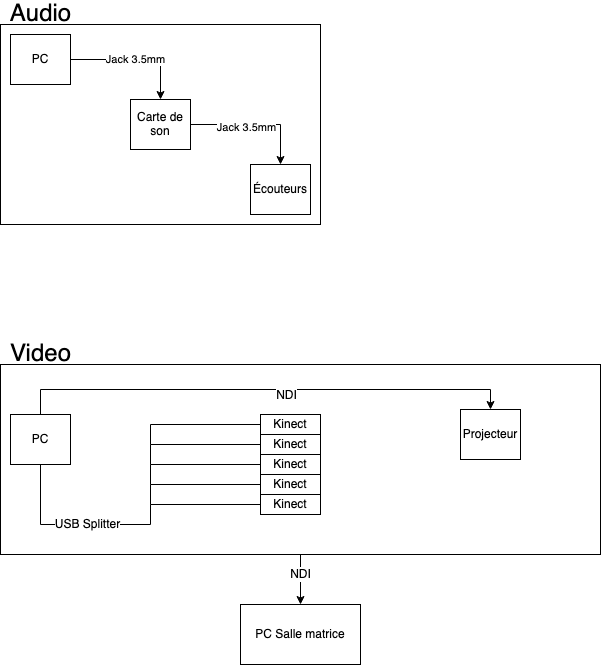
Above: docs/preproduction/medias/Schema_branchement.png in Blobduckies/Chronaufrage (draw.io), before the change. Source tidied: cells renumbered, new cells last; positions are measured from the earlier drawing's top-left corner, leaving out a move shared by most shapes.
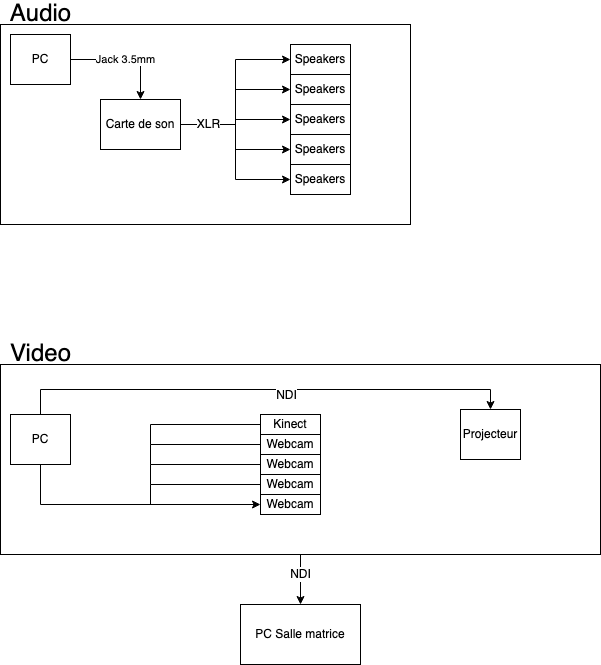
After the commit.

What changed in the source:
```diff
@@ -3,7 +3,7 @@
     <mxCell id="0" />
     <mxCell id="1" parent="0" />
     <mxCell id="2" style="rounded=0;whiteSpace=wrap;html=1;" parent="1" vertex="1">
-      <mxGeometry y="20" width="320" height="200" as="geometry" />
+      <mxGeometry y="20" width="410" height="200" as="geometry" />
     </mxCell>
     <mxCell id="3" value="Jack 3.5mm" style="edgeStyle=orthogonalEdgeStyle;rounded=0;jettySize=auto;html=1;exitX=1;exitY=0.5;exitDx=0;exitDy=0;" parent="1" edge="1" source="4" target="7">
       <mxGeometry relative="1" as="geometry" />
@@ -11,20 +11,37 @@
     <mxCell id="4" value="PC" style="rounded=0;whiteSpace=wrap;html=1;" parent="1" vertex="1">
       <mxGeometry x="10" y="30" width="60" height="50" as="geometry" />
     </mxCell>
-    <mxCell id="5" style="edgeStyle=orthogonalEdgeStyle;rounded=0;jettySize=auto;html=1;exitX=1;exitY=0.5;exitDx=0;exitDy=0;entryX=0.5;entryY=0;entryDx=0;entryDy=0;fontSize=24;" parent="1" edge="1" source="7" target="9">
+    <mxCell id="5" style="edgeStyle=orthogonalEdgeStyle;rounded=0;jettySize=auto;html=1;exitX=1;exitY=0.5;exitDx=0;exitDy=0;entryX=0;entryY=0.5;entryDx=0;entryDy=0;fontSize=12;" parent="1" edge="1" source="7" target="9">
       <mxGeometry relative="1" as="geometry" />
     </mxCell>
-    <mxCell id="6" value="&lt;font style=&quot;font-size: 11px&quot;&gt;Jack 3.5mm&lt;br&gt;&lt;/font&gt;" style="edgeLabel;html=1;align=center;verticalAlign=middle;fontSize=24;" parent="5" vertex="1">
-      <mxGeometry x="-0.16" y="1" relative="1" as="geometry" />
-    </mxCell>
+    <mxCell id="31" style="edgeStyle=orthogonalEdgeStyle;rounded=0;jettySize=auto;html=1;exitX=1;exitY=0.5;exitDx=0;exitDy=0;entryX=0;entryY=0.5;entryDx=0;entryDy=0;fontSize=12;" parent="1" edge="1" source="7" target="38">
+      <mxGeometry relative="1" as="geometry" />
+    </mxCell>
+    <mxCell id="32" style="edgeStyle=orthogonalEdgeStyle;rounded=0;jettySize=auto;html=1;exitX=1;exitY=0.5;exitDx=0;exitDy=0;entryX=0;entryY=0.5;entryDx=0;entryDy=0;fontSize=12;" parent="1" edge="1" source="7" target="39">
+      <mxGeometry relative="1" as="geometry" />
+    </mxCell>
+    <mxCell id="33" style="edgeStyle=orthogonalEdgeStyle;rounded=0;jettySize=auto;html=1;exitX=1;exitY=0.5;exitDx=0;exitDy=0;entryX=0;entryY=0.5;entryDx=0;entryDy=0;fontSize=12;" parent="1" edge="1" source="7" target="37">
+      <mxGeometry relative="1" as="geometry" />
+    </mxCell>
+    <mxCell id="34" style="edgeStyle=orthogonalEdgeStyle;rounded=0;jettySize=auto;html=1;exitX=1;exitY=0.5;exitDx=0;exitDy=0;entryX=0;entryY=0.5;entryDx=0;entryDy=0;fontSize=12;strokeColor=default;" parent="1" edge="1" source="7" target="40">
+      <mxGeometry relative="1" as="geometry">
+        <Array as="points">
+          <mxPoint x="235" y="120" />
+          <mxPoint x="235" y="55" />
+        </Array>
+      </mxGeometry>
+    </mxCell>
+    <mxCell id="35" value="XLR" style="edgeLabel;html=1;align=center;verticalAlign=middle;fontSize=12;" parent="34" vertex="1">
+      <mxGeometry x="-0.69" y="1" relative="1" as="geometry" />
+    </mxCell>
     <mxCell id="7" value="Carte de son" style="rounded=0;whiteSpace=wrap;html=1;" parent="1" vertex="1">
-      <mxGeometry x="130" y="95" width="60" height="50" as="geometry" />
+      <mxGeometry x="100" y="95" width="80" height="50" as="geometry" />
     </mxCell>
     <mxCell id="8" value="&lt;font style=&quot;font-size: 24px&quot;&gt;Audio&lt;/font&gt;" style="text;html=1;align=center;verticalAlign=middle;strokeColor=none;fillColor=none;" parent="1" vertex="1">
       <mxGeometry width="80" height="20" as="geometry" />
     </mxCell>
-    <mxCell id="9" value="Écouteurs" style="rounded=0;whiteSpace=wrap;html=1;" parent="1" vertex="1">
-      <mxGeometry x="250" y="160" width="60" height="50" as="geometry" />
+    <mxCell id="9" value="Speakers" style="rounded=0;whiteSpace=wrap;html=1;" parent="1" vertex="1">
+      <mxGeometry x="290" y="70" width="60" height="30" as="geometry" />
     </mxCell>
     <mxCell id="10" style="edgeStyle=orthogonalEdgeStyle;rounded=0;jettySize=auto;html=1;exitX=0.5;exitY=1;exitDx=0;exitDy=0;entryX=0.5;entryY=0;entryDx=0;entryDy=0;fontSize=12;endArrow=classic;endFill=1;" parent="1" edge="1" source="12" target="30">
       <mxGeometry relative="1" as="geometry" />
@@ -41,17 +58,9 @@
     <mxCell id="14" value="&lt;font style=&quot;font-size: 12px&quot;&gt;NDI&lt;/font&gt;" style="edgeLabel;html=1;align=center;verticalAlign=middle;fontSize=24;" parent="13" vertex="1">
       <mxGeometry x="0.09" y="-2" relative="1" as="geometry" />
     </mxCell>
-    <mxCell id="15" style="edgeStyle=orthogonalEdgeStyle;rounded=0;jettySize=auto;html=1;exitX=0.5;exitY=1;exitDx=0;exitDy=0;fontSize=12;endArrow=none;endFill=0;" parent="1" edge="1" source="17">
-      <mxGeometry relative="1" as="geometry">
-        <mxPoint x="150" y="520" as="targetPoint" />
-        <Array as="points">
-          <mxPoint x="40" y="520" />
-        </Array>
-      </mxGeometry>
-    </mxCell>
-    <mxCell id="16" value="&lt;div&gt;USB Splitter&lt;/div&gt;" style="edgeLabel;html=1;align=center;verticalAlign=middle;fontSize=12;" parent="15" vertex="1">
-      <mxGeometry x="0.25" y="1" relative="1" as="geometry" />
-    </mxCell>
+    <mxCell id="36" style="edgeStyle=orthogonalEdgeStyle;rounded=0;jettySize=auto;html=1;exitX=0.5;exitY=1;exitDx=0;exitDy=0;entryX=0;entryY=0.5;entryDx=0;entryDy=0;fontSize=12;strokeColor=default;" parent="1" edge="1" source="17" target="28">
+      <mxGeometry relative="1" as="geometry" />
+    </mxCell>
     <mxCell id="17" value="PC" style="rounded=0;whiteSpace=wrap;html=1;" parent="1" vertex="1">
       <mxGeometry x="10" y="410" width="60" height="50" as="geometry" />
     </mxCell>
@@ -71,7 +80,7 @@
         <mxPoint x="150" y="460" as="targetPoint" />
       </mxGeometry>
     </mxCell>
-    <mxCell id="22" value="&lt;div&gt;Kinect&lt;/div&gt;" style="rounded=0;whiteSpace=wrap;html=1;" parent="1" vertex="1">
+    <mxCell id="22" value="Webcam" style="rounded=0;whiteSpace=wrap;html=1;" parent="1" vertex="1">
       <mxGeometry x="260" y="430" width="60" height="20" as="geometry" />
     </mxCell>
     <mxCell id="23" style="edgeStyle=orthogonalEdgeStyle;rounded=0;jettySize=auto;html=1;exitX=0;exitY=0.5;exitDx=0;exitDy=0;fontSize=12;endArrow=none;endFill=0;" parent="1" edge="1" source="24">
@@ -79,7 +88,7 @@
         <mxPoint x="150" y="480" as="targetPoint" />
       </mxGeometry>
     </mxCell>
-    <mxCell id="24" value="&lt;div&gt;Kinect&lt;/div&gt;" style="rounded=0;whiteSpace=wrap;html=1;" parent="1" vertex="1">
+    <mxCell id="24" value="Webcam" style="rounded=0;whiteSpace=wrap;html=1;" parent="1" vertex="1">
       <mxGeometry x="260" y="450" width="60" height="20" as="geometry" />
     </mxCell>
     <mxCell id="25" style="edgeStyle=orthogonalEdgeStyle;rounded=0;jettySize=auto;html=1;exitX=0;exitY=0.5;exitDx=0;exitDy=0;fontSize=12;endArrow=none;endFill=0;" parent="1" edge="1" source="26">
@@ -87,15 +96,10 @@
         <mxPoint x="150" y="500" as="targetPoint" />
       </mxGeometry>
     </mxCell>
-    <mxCell id="26" value="&lt;div&gt;Kinect&lt;/div&gt;" style="rounded=0;whiteSpace=wrap;html=1;" parent="1" vertex="1">
+    <mxCell id="26" value="Webcam" style="rounded=0;whiteSpace=wrap;html=1;" parent="1" vertex="1">
       <mxGeometry x="260" y="470" width="60" height="20" as="geometry" />
     </mxCell>
-    <mxCell id="27" style="edgeStyle=orthogonalEdgeStyle;rounded=0;jettySize=auto;html=1;exitX=0;exitY=0.5;exitDx=0;exitDy=0;fontSize=12;endArrow=none;endFill=0;" parent="1" edge="1" source="28">
-      <mxGeometry relative="1" as="geometry">
-        <mxPoint x="150" y="520" as="targetPoint" />
-      </mxGeometry>
-    </mxCell>
-    <mxCell id="28" value="&lt;div&gt;Kinect&lt;/div&gt;" style="rounded=0;whiteSpace=wrap;html=1;" parent="1" vertex="1">
+    <mxCell id="28" value="Webcam" style="rounded=0;whiteSpace=wrap;html=1;" parent="1" vertex="1">
       <mxGeometry x="260" y="490" width="60" height="20" as="geometry" />
     </mxCell>
     <mxCell id="29" value="&lt;div&gt;Projecteur&lt;/div&gt;" style="rounded=0;whiteSpace=wrap;html=1;" parent="1" vertex="1">
@@ -104,5 +108,17 @@
     <mxCell id="30" value="&lt;div&gt;PC Salle matrice&lt;/div&gt;" style="whiteSpace=wrap;html=1;fontSize=12;" parent="1" vertex="1">
       <mxGeometry x="240" y="600" width="120" height="60" as="geometry" />
     </mxCell>
+    <mxCell id="37" value="Speakers" style="rounded=0;whiteSpace=wrap;html=1;" parent="1" vertex="1">
+      <mxGeometry x="290" y="160" width="60" height="30" as="geometry" />
+    </mxCell>
+    <mxCell id="38" value="Speakers" style="rounded=0;whiteSpace=wrap;html=1;" parent="1" vertex="1">
+      <mxGeometry x="290" y="100" width="60" height="30" as="geometry" />
+    </mxCell>
+    <mxCell id="39" value="Speakers" style="rounded=0;whiteSpace=wrap;html=1;" parent="1" vertex="1">
+      <mxGeometry x="290" y="130" width="60" height="30" as="geometry" />
+    </mxCell>
+    <mxCell id="40" value="Speakers" style="rounded=0;whiteSpace=wrap;html=1;" parent="1" vertex="1">
+      <mxGeometry x="290" y="40" width="60" height="30" as="geometry" />
+    </mxCell>
   </root>
 </mxGraphModel>
```
